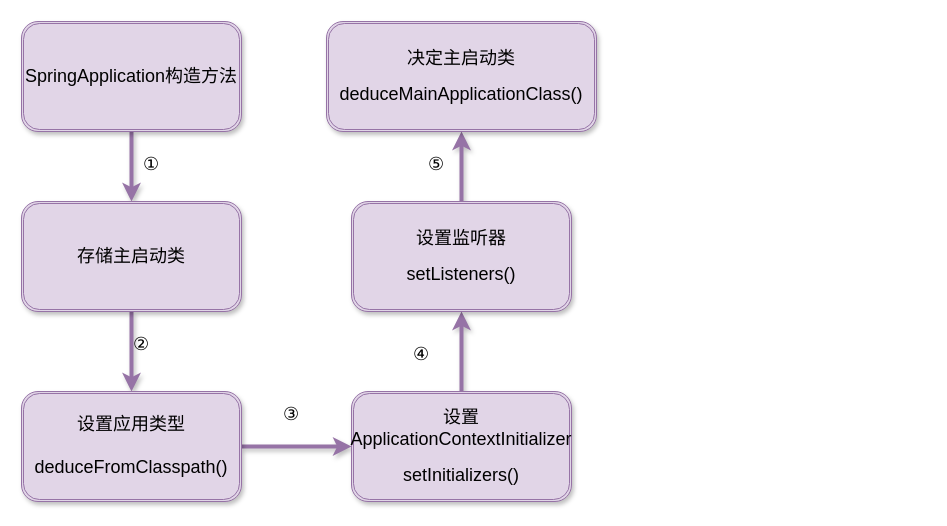
Above: Spring Boot 启动流程源码分析/未命名表单.drawio in chenjiabing666/BlogImage (draw.io), before the change. Source tidied: cells renumbered, new cells numbered last; positions are measured from the earlier drawing's top-left corner, leaving out a move shared by most shapes. Both pictures are drawn from the tidied source at 100%, with x=0, y=0 at pixel (21, 21).
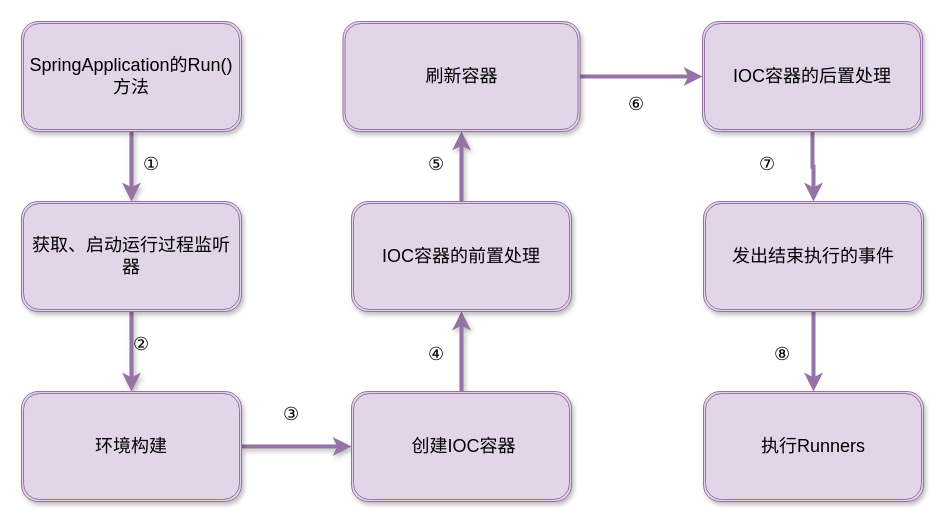
After the change.

What changed in the source:
```diff
@@
-    <mxCell id="3" value="&lt;span style=&quot;font-size: 18px&quot;&gt;SpringApplication构造方法&lt;/span&gt;" style="shape=ext;double=1;rounded=1;whiteSpace=wrap;html=1;fillColor=#e1d5e7;strokeColor=#9673a6;shadow=1;" parent="1" vertex="1">
+    <mxCell id="3" value="&lt;span style=&quot;font-size: 18px&quot;&gt;SpringApplication的Run()方法&lt;/span&gt;" style="shape=ext;double=1;rounded=1;whiteSpace=wrap;html=1;fillColor=#e1d5e7;strokeColor=#9673a6;shadow=1;" parent="1" vertex="1">
       <mxGeometry width="220" height="110" as="geometry" />
     </mxCell>
@@
-    <mxCell id="5" value="&lt;span style=&quot;font-size: 18px&quot;&gt;存储主启动类&lt;/span&gt;" style="shape=ext;double=1;rounded=1;whiteSpace=wrap;html=1;fillColor=#e1d5e7;strokeColor=#9673a6;shadow=1;glass=0;" parent="1" vertex="1">
+    <mxCell id="5" value="&lt;span style=&quot;font-size: 18px&quot;&gt;获取、启动运行过程监听器&lt;/span&gt;" style="shape=ext;double=1;rounded=1;whiteSpace=wrap;html=1;fillColor=#e1d5e7;strokeColor=#9673a6;shadow=1;glass=0;" parent="1" vertex="1">
       <mxGeometry y="180" width="220" height="110" as="geometry" />
     </mxCell>
@@
-    <mxCell id="7" value="&lt;span style=&quot;font-size: 18px&quot;&gt;设置应用类型&lt;br&gt;&lt;/span&gt;&lt;span style=&quot;font-size: 18px&quot;&gt;&lt;br&gt;deduceFromClasspath()&lt;/span&gt;" style="shape=ext;double=1;rounded=1;whiteSpace=wrap;html=1;fillColor=#e1d5e7;strokeColor=#9673a6;shadow=1;glass=0;" parent="1" vertex="1">
+    <mxCell id="7" value="&lt;span style=&quot;font-size: 18px&quot;&gt;环境构建&lt;/span&gt;" style="shape=ext;double=1;rounded=1;whiteSpace=wrap;html=1;fillColor=#e1d5e7;strokeColor=#9673a6;shadow=1;glass=0;" parent="1" vertex="1">
       <mxGeometry y="370" width="220" height="110" as="geometry" />
     </mxCell>
@@
-    <mxCell id="9" value="&lt;span style=&quot;font-size: 18px&quot;&gt;设置ApplicationContextInitializer&lt;br&gt;&lt;/span&gt;&lt;br&gt;&lt;span style=&quot;font-size: 18px&quot;&gt;setInitializers()&lt;/span&gt;" style="shape=ext;double=1;rounded=1;whiteSpace=wrap;html=1;fillColor=#e1d5e7;strokeColor=#9673a6;shadow=1;glass=0;" parent="1" vertex="1">
+    <mxCell id="9" value="&lt;span style=&quot;font-size: 18px&quot;&gt;&amp;nbsp;创建IOC容器&lt;/span&gt;" style="shape=ext;double=1;rounded=1;whiteSpace=wrap;html=1;fillColor=#e1d5e7;strokeColor=#9673a6;shadow=1;glass=0;" parent="1" vertex="1">
       <mxGeometry x="330" y="370" width="220" height="110" as="geometry" />
     </mxCell>
@@
-    <mxCell id="11" value="&lt;font&gt;&lt;span style=&quot;font-size: 18px&quot;&gt;设置监听器&lt;br&gt;&lt;/span&gt;&lt;br&gt;&lt;span style=&quot;font-size: 18px&quot;&gt;setListeners()&lt;/span&gt;&lt;br&gt;&lt;/font&gt;" style="shape=ext;double=1;rounded=1;whiteSpace=wrap;html=1;fillColor=#e1d5e7;strokeColor=#9673a6;shadow=1;glass=0;" parent="1" vertex="1">
+    <mxCell id="11" value="&lt;font&gt;&lt;span style=&quot;font-size: 18px&quot;&gt;IOC容器的前置处理&lt;/span&gt;&lt;br&gt;&lt;/font&gt;" style="shape=ext;double=1;rounded=1;whiteSpace=wrap;html=1;fillColor=#e1d5e7;strokeColor=#9673a6;shadow=1;glass=0;" parent="1" vertex="1">
       <mxGeometry x="330" y="180" width="220" height="110" as="geometry" />
     </mxCell>
+    <mxCell id="18" style="edgeStyle=orthogonalEdgeStyle;rounded=0;jettySize=auto;html=1;entryX=0;entryY=0.5;entryDx=0;entryDy=0;fillColor=#e1d5e7;strokeColor=#9673a6;strokeWidth=4;" parent="1" edge="1" source="12" target="20">
+      <mxGeometry relative="1" as="geometry" />
+    </mxCell>
-    <mxCell id="12" value="&lt;span style=&quot;font-size: 18px&quot;&gt;决定主启动类&lt;br&gt;&lt;/span&gt;&lt;br&gt;&lt;span style=&quot;font-size: 18px&quot;&gt;deduceMainApplicationClass()&lt;/span&gt;" style="shape=ext;double=1;rounded=1;whiteSpace=wrap;html=1;fillColor=#e1d5e7;strokeColor=#9673a6;shadow=1;glass=0;" parent="1" vertex="1">
-      <mxGeometry x="305" width="270" height="110" as="geometry" />
+    <mxCell id="12" value="&lt;span style=&quot;font-size: 18px&quot;&gt;刷新容器&lt;/span&gt;" style="shape=ext;double=1;rounded=1;whiteSpace=wrap;html=1;fillColor=#e1d5e7;strokeColor=#9673a6;shadow=1;glass=0;" parent="1" vertex="1">
+      <mxGeometry x="321.5" width="237" height="110" as="geometry" />
     </mxCell>
@@
     <mxCell id="16" value="&lt;span style=&quot;font-size: 18px&quot;&gt;④&lt;br&gt;&lt;/span&gt;" style="text;html=1;align=left;verticalAlign=top;spacingTop=-4;" parent="1" vertex="1">
-      <mxGeometry x="390" y="320" width="30" height="20" as="geometry" />
+      <mxGeometry x="405" y="320" width="30" height="20" as="geometry" />
     </mxCell>
@@
+    <mxCell id="19" style="edgeStyle=orthogonalEdgeStyle;rounded=0;jettySize=auto;html=1;entryX=0.5;entryY=0;entryDx=0;entryDy=0;fillColor=#e1d5e7;strokeColor=#9673a6;strokeWidth=4;" parent="1" edge="1" source="20" target="22">
+      <mxGeometry relative="1" as="geometry" />
+    </mxCell>
+    <mxCell id="20" value="&lt;font&gt;&lt;span style=&quot;font-size: 18px&quot;&gt;IOC容器的后置处理&lt;/span&gt;&lt;br&gt;&lt;/font&gt;" style="shape=ext;double=1;rounded=1;whiteSpace=wrap;html=1;fillColor=#e1d5e7;strokeColor=#9673a6;shadow=1;glass=0;" parent="1" vertex="1">
+      <mxGeometry x="681" width="220" height="110" as="geometry" />
+    </mxCell>
+    <mxCell id="21" style="edgeStyle=orthogonalEdgeStyle;rounded=0;jettySize=auto;html=1;entryX=0.5;entryY=0;entryDx=0;entryDy=0;strokeWidth=4;fillColor=#e1d5e7;strokeColor=#9673a6;" parent="1" edge="1" source="22" target="23">
+      <mxGeometry relative="1" as="geometry" />
+    </mxCell>
+    <mxCell id="22" value="&lt;font&gt;&lt;span style=&quot;font-size: 18px&quot;&gt;发出结束执行的事件&lt;/span&gt;&lt;br&gt;&lt;/font&gt;" style="shape=ext;double=1;rounded=1;whiteSpace=wrap;html=1;fillColor=#e1d5e7;strokeColor=#9673a6;shadow=1;glass=0;" parent="1" vertex="1">
+      <mxGeometry x="682" y="180" width="220" height="110" as="geometry" />
+    </mxCell>
+    <mxCell id="23" value="&lt;font&gt;&lt;span style=&quot;font-size: 18px&quot;&gt;执行Runners&lt;/span&gt;&lt;br&gt;&lt;/font&gt;" style="shape=ext;double=1;rounded=1;whiteSpace=wrap;html=1;fillColor=#e1d5e7;strokeColor=#9673a6;shadow=1;glass=0;" parent="1" vertex="1">
+      <mxGeometry x="682" y="370" width="220" height="110" as="geometry" />
+    </mxCell>
+    <mxCell id="24" value="&lt;span style=&quot;font-size: 18px&quot;&gt;⑥&lt;br&gt;&lt;/span&gt;" style="text;html=1;align=left;verticalAlign=top;spacingTop=-4;" parent="1" vertex="1">
+      <mxGeometry x="605" y="70" width="33" height="22" as="geometry" />
+    </mxCell>
+    <mxCell id="25" value="&lt;span style=&quot;font-size: 18px&quot;&gt;⑧&lt;br&gt;&lt;/span&gt;" style="text;html=1;align=left;verticalAlign=top;spacingTop=-4;" parent="1" vertex="1">
+      <mxGeometry x="751" y="320" width="33" height="22" as="geometry" />
+    </mxCell>
+    <mxCell id="26" value="&lt;span style=&quot;font-size: 18px&quot;&gt;⑦&lt;br&gt;&lt;/span&gt;" style="text;html=1;align=left;verticalAlign=top;spacingTop=-4;" parent="1" vertex="1">
+      <mxGeometry x="736" y="130" width="33" height="22" as="geometry" />
+    </mxCell>
```
